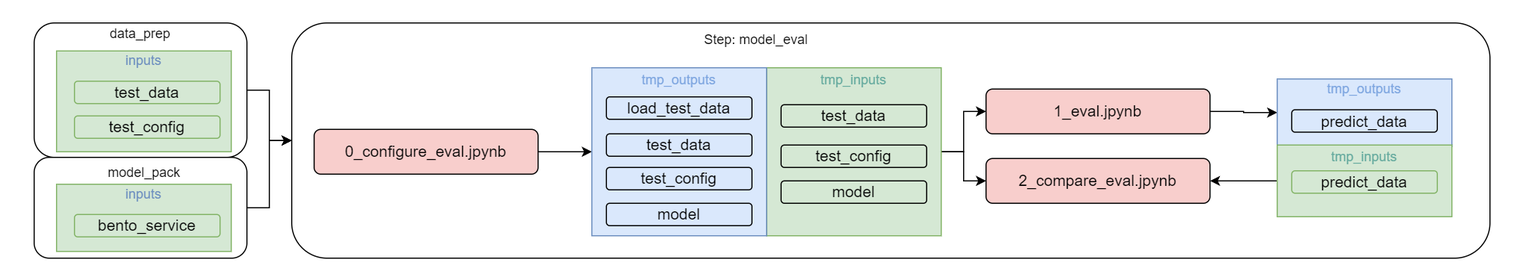
The draw.io diagram imgs/model_eval_interface.drawio.png in 4-DS/obj_detect_rest-model_eval, before a commit. Source tidied: cells renumbered, new cells last; positions are measured from the earlier drawing's top-left corner, leaving out a move shared by most shapes.
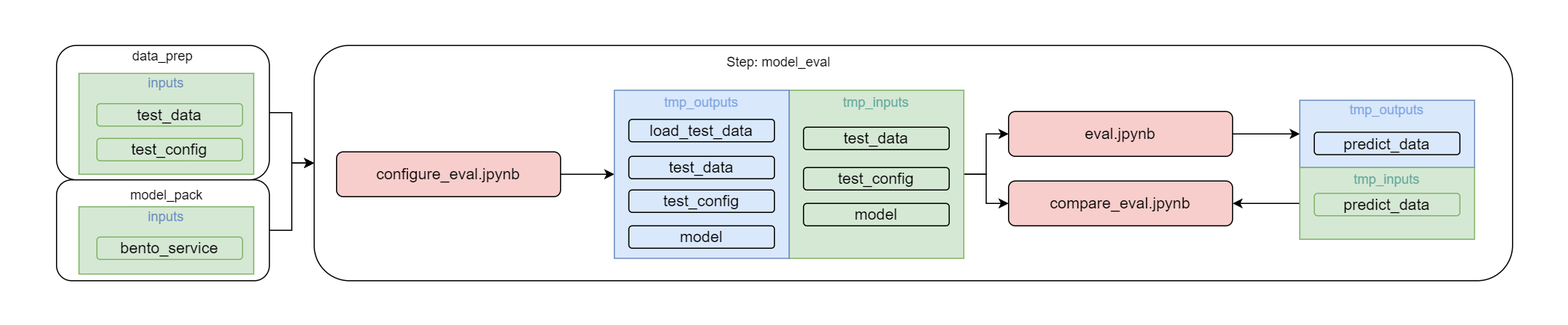
After the change.

Change to the diagram source:
```diff
@@ -29,13 +29,13 @@
     <mxCell id="10" style="edgeStyle=orthogonalEdgeStyle;rounded=0;jettySize=auto;html=1;entryX=0;entryY=0.5;entryDx=0;entryDy=0;" parent="1" edge="1" source="11" target="32">
       <mxGeometry relative="1" as="geometry" />
     </mxCell>
-    <mxCell id="11" value="&lt;font style=&quot;font-size: 14px;&quot;&gt;1_eval.jpynb&lt;/font&gt;" style="rounded=1;whiteSpace=wrap;html=1;fillColor=#f8cecc;strokeColor=#000000;strokeWidth=1;" parent="1" vertex="1">
+    <mxCell id="11" value="&lt;font style=&quot;font-size: 14px;&quot;&gt;eval.jpynb&lt;/font&gt;" style="rounded=1;whiteSpace=wrap;html=1;fillColor=#f8cecc;strokeColor=#000000;strokeWidth=1;" parent="1" vertex="1">
       <mxGeometry x="880" y="79" width="200" height="40" as="geometry" />
     </mxCell>
     <mxCell id="12" style="edgeStyle=orthogonalEdgeStyle;rounded=0;jettySize=auto;html=1;" parent="1" edge="1" source="13" target="14">
       <mxGeometry relative="1" as="geometry" />
     </mxCell>
-    <mxCell id="13" value="&lt;font style=&quot;font-size: 14px;&quot;&gt;0_configure_eval.jpynb&lt;/font&gt;" style="rounded=1;whiteSpace=wrap;html=1;fillColor=#f8cecc;strokeColor=#000000;strokeWidth=1;" parent="1" vertex="1">
+    <mxCell id="13" value="&lt;font style=&quot;font-size: 14px;&quot;&gt;configure_eval.jpynb&lt;/font&gt;" style="rounded=1;whiteSpace=wrap;html=1;fillColor=#f8cecc;strokeColor=#000000;strokeWidth=1;" parent="1" vertex="1">
       <mxGeometry x="280" y="115" width="200" height="40" as="geometry" />
     </mxCell>
     <mxCell id="14" value="&lt;font style=&quot;font-size: 12px;&quot;&gt;&lt;font color=&quot;#7ea6e0&quot;&gt;&lt;font style=&quot;font-size: 12px;&quot;&gt;tmp_outputs&lt;/font&gt;&lt;br&gt;&lt;br&gt;&lt;br&gt;&lt;br&gt;&lt;br&gt;&lt;br&gt;&lt;br&gt;&lt;br&gt;&lt;br&gt;&lt;/font&gt;&lt;br&gt;&lt;/font&gt;" style="rounded=0;whiteSpace=wrap;html=1;fillColor=#dae8fc;strokeColor=#6c8ebf;" parent="1" vertex="1">
@@ -59,7 +59,7 @@
     <mxCell id="20" value="&lt;font style=&quot;font-size: 14px;&quot;&gt;test_data&lt;/font&gt;" style="rounded=1;whiteSpace=wrap;html=1;fillColor=#dae8fc;strokeColor=#000000;strokeWidth=1;" parent="1" vertex="1">
       <mxGeometry x="541" y="119" width="130" height="20" as="geometry" />
     </mxCell>
-    <mxCell id="21" value="&lt;font style=&quot;font-size: 14px;&quot;&gt;2_compare_eval.jpynb&lt;/font&gt;" style="rounded=1;whiteSpace=wrap;html=1;fillColor=#f8cecc;strokeColor=#000000;strokeWidth=1;" parent="1" vertex="1">
+    <mxCell id="21" value="&lt;font style=&quot;font-size: 14px;&quot;&gt;compare_eval.jpynb&lt;/font&gt;" style="rounded=1;whiteSpace=wrap;html=1;fillColor=#f8cecc;strokeColor=#000000;strokeWidth=1;" parent="1" vertex="1">
       <mxGeometry x="880" y="141" width="200" height="40" as="geometry" />
     </mxCell>
     <mxCell id="22" value="&lt;font style=&quot;font-size: 14px;&quot;&gt;model&lt;/font&gt;" style="rounded=1;whiteSpace=wrap;html=1;fillColor=#d5e8d4;strokeColor=#000000;strokeWidth=1;" parent="1" vertex="1">
@@ -93,7 +93,7 @@
       <mxGeometry x="541" y="181" width="130" height="20" as="geometry" />
     </mxCell>
     <mxCell id="32" value="&lt;font style=&quot;font-size: 12px;&quot;&gt;&lt;font color=&quot;#7ea6e0&quot;&gt;&lt;font style=&quot;font-size: 12px;&quot;&gt;tmp_outputs&lt;/font&gt;&lt;br&gt;&lt;br&gt;&lt;br&gt;&lt;/font&gt;&lt;br&gt;&lt;/font&gt;" style="rounded=0;whiteSpace=wrap;html=1;fillColor=#dae8fc;strokeColor=#6c8ebf;" parent="1" vertex="1">
-      <mxGeometry x="1140" y="70" width="156" height="60" as="geometry" />
+      <mxGeometry x="1140" y="69" width="156" height="60" as="geometry" />
     </mxCell>
     <mxCell id="33" value="&lt;font style=&quot;font-size: 14px;&quot;&gt;predict_data&lt;/font&gt;" style="rounded=1;whiteSpace=wrap;html=1;fillColor=#dae8fc;strokeColor=#000000;strokeWidth=1;" parent="1" vertex="1">
       <mxGeometry x="1153" y="97.5" width="130" height="20" as="geometry" />
```
